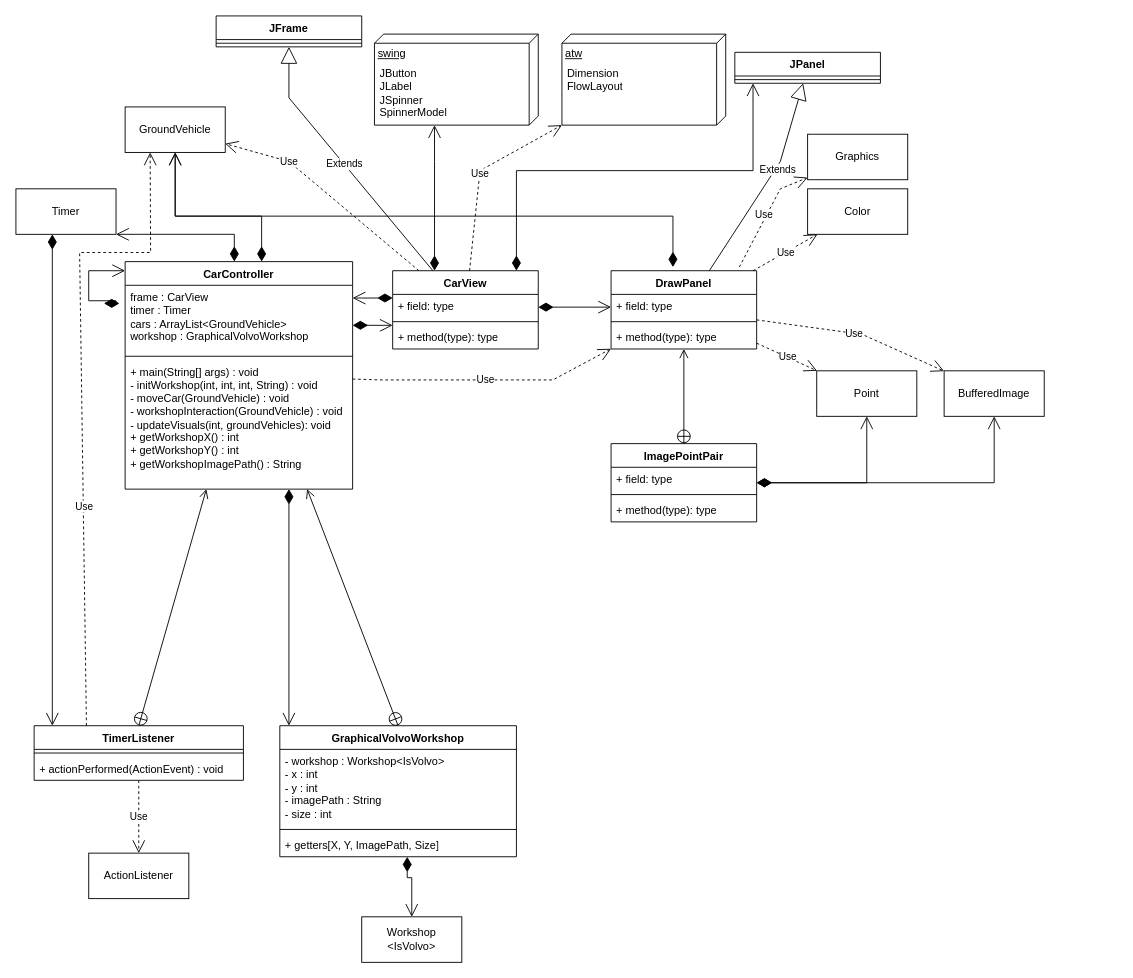
Before: Task2UML.drawio in sophucking/Grupp16Labb3, a draw.io diagram. Source tidied: cells renumbered, new cells numbered last; positions are measured from the earlier drawing's top-left corner, leaving out a move shared by most shapes. Both pictures are drawn from the tidied source at 91%, with x=0, y=0 at pixel (15, 15).
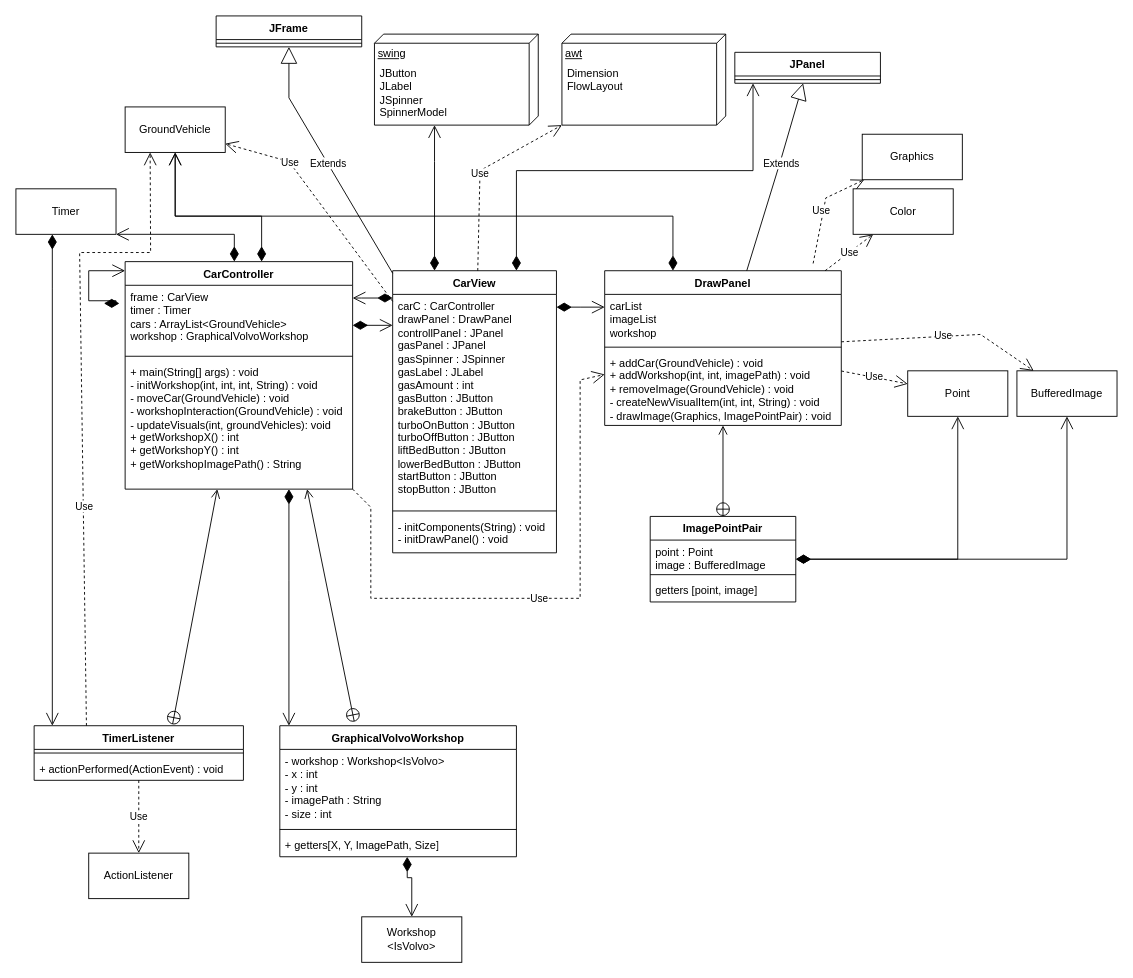
Above is the later version.

Commit message (it also covers changes not shown here):
uml finished?

Unchanged cells that the change refers to:
```xml
<mxCell id="2" value="&lt;div&gt;CarController&lt;/div&gt;" style="swimlane;fontStyle=1;align=center;verticalAlign=top;horizontal=1;startSize=26;whiteSpace=wrap;html=1;" parent="1" vertex="1">
  <mxGeometry x="120" y="270" width="250" height="250" as="geometry" />
</mxCell>
<mxCell id="5" value="&lt;div&gt;+ main(String[] args) : void&lt;/div&gt;&lt;div&gt;- initWorkshop(int, int, int, String) : void&lt;/div&gt;&lt;div&gt;- moveCar(GroundVehicle) : void&lt;br&gt;&lt;/div&gt;&lt;div&gt;- workshopInteraction(GroundVehicle) : void&lt;/div&gt;&lt;div&gt;- updateVisuals(int, groundVehicles): void&lt;/div&gt;&lt;div&gt;+ getWorkshopX() : int&lt;/div&gt;&lt;div&gt;+ getWorkshopY() : int&lt;/div&gt;&lt;div&gt;+ getWorkshopImagePath() : String&lt;br&gt;&lt;/div&gt;" style="text;strokeColor=none;fillColor=none;align=left;verticalAlign=top;spacingLeft=4;spacingRight=4;overflow=hidden;points=[[0,0.5],[1,0.5]];portConstraint=eastwest;whiteSpace=wrap;html=1;" parent="2" vertex="1">
  <mxGeometry y="108" width="250" height="142" as="geometry" />
</mxCell>
<mxCell id="15" value="&lt;div&gt;GraphicalVolvoWorkshop&lt;/div&gt;" style="swimlane;fontStyle=1;align=center;verticalAlign=top;horizontal=1;startSize=26;whiteSpace=wrap;html=1;" parent="1" vertex="1">
  <mxGeometry x="290" y="780" width="260" height="144" as="geometry" />
</mxCell>
<mxCell id="20" value="TimerListener" style="swimlane;fontStyle=1;align=center;verticalAlign=top;horizontal=1;startSize=26;whiteSpace=wrap;html=1;" parent="1" vertex="1">
  <mxGeometry x="20" y="780" width="230" height="60" as="geometry" />
</mxCell>
<mxCell id="37" value="&lt;div&gt;GroundVehicle&lt;/div&gt;" style="html=1;whiteSpace=wrap;" parent="1" vertex="1">
  <mxGeometry x="120" y="100" width="110" height="50" as="geometry" />
</mxCell>
```

Diff of the diagram source:
```diff
@@
     <mxCell id="7" value="CarView" style="swimlane;fontStyle=1;align=center;verticalAlign=top;horizontal=1;startSize=26;whiteSpace=wrap;html=1;" parent="1" vertex="1">
-      <mxGeometry x="414" y="280" width="160" height="86" as="geometry" />
+      <mxGeometry x="414" y="280" width="180" height="310" as="geometry" />
     </mxCell>
-    <mxCell id="8" value="+ field: type" style="text;strokeColor=none;fillColor=none;align=left;verticalAlign=top;spacingLeft=4;spacingRight=4;overflow=hidden;whiteSpace=wrap;html=1;" parent="7" vertex="1">
-      <mxGeometry y="26" width="160" height="26" as="geometry" />
+    <mxCell id="8" value="&lt;div&gt;carC : CarController&lt;/div&gt;&lt;div&gt;drawPanel : DrawPanel&lt;/div&gt;&lt;div&gt;controllPanel : JPanel&lt;/div&gt;&lt;div&gt;gasPanel : JPanel&lt;/div&gt;&lt;div&gt;gasSpinner : JSpinner&lt;/div&gt;&lt;div&gt;gasLabel : JLabel&lt;/div&gt;&lt;div&gt;gasAmount : int&lt;/div&gt;&lt;div&gt;gasButton : JButton&lt;/div&gt;&lt;div&gt;brakeButton : JButton&lt;/div&gt;&lt;div&gt;turboOnButton : JButton&lt;/div&gt;&lt;div&gt;turboOffButton : JButton&lt;/div&gt;&lt;div&gt;liftBedButton  : JButton&lt;/div&gt;&lt;div&gt;lowerBedButton : JButton&lt;/div&gt;&lt;div&gt;startButton : JButton&lt;/div&gt;&lt;div&gt;stopButton  : JButton&lt;/div&gt;" style="text;strokeColor=none;fillColor=none;align=left;verticalAlign=top;spacingLeft=4;spacingRight=4;overflow=hidden;whiteSpace=wrap;html=1;" parent="7" vertex="1">
+      <mxGeometry y="26" width="180" height="234" as="geometry" />
     </mxCell>
     <mxCell id="9" style="line;strokeWidth=1;fillColor=none;align=left;verticalAlign=middle;spacingTop=-1;spacingLeft=3;spacingRight=3;labelPosition=right;strokeColor=inherit;" parent="7" vertex="1">
-      <mxGeometry y="52" width="160" height="8" as="geometry" />
+      <mxGeometry y="260" width="180" height="8" as="geometry" />
     </mxCell>
-    <mxCell id="10" value="+ method(type): type" style="text;strokeColor=none;fillColor=none;align=left;verticalAlign=top;spacingLeft=4;spacingRight=4;overflow=hidden;whiteSpace=wrap;html=1;" parent="7" vertex="1">
-      <mxGeometry y="60" width="160" height="26" as="geometry" />
+    <mxCell id="10" value="&lt;div&gt;- initComponents(String) : void&lt;/div&gt;&lt;div&gt;- initDrawPanel() : void&lt;br&gt;&lt;/div&gt;" style="text;strokeColor=none;fillColor=none;align=left;verticalAlign=top;spacingLeft=4;spacingRight=4;overflow=hidden;whiteSpace=wrap;html=1;" parent="7" vertex="1">
+      <mxGeometry y="268" width="180" height="42" as="geometry" />
     </mxCell>
     <mxCell id="11" value="DrawPanel" style="swimlane;fontStyle=1;align=center;verticalAlign=top;horizontal=1;startSize=26;whiteSpace=wrap;html=1;" parent="1" vertex="1">
-      <mxGeometry x="654" y="280" width="160" height="86" as="geometry" />
+      <mxGeometry x="647" y="280" width="260" height="170" as="geometry" />
     </mxCell>
-    <mxCell id="12" value="+ field: type" style="text;strokeColor=none;fillColor=none;align=left;verticalAlign=top;spacingLeft=4;spacingRight=4;overflow=hidden;whiteSpace=wrap;html=1;" parent="11" vertex="1">
-      <mxGeometry y="26" width="160" height="26" as="geometry" />
+    <mxCell id="12" value="&lt;div&gt;carList&lt;/div&gt;&lt;div&gt;imageList&lt;/div&gt;&lt;div&gt;workshop&lt;br&gt;&lt;/div&gt;" style="text;strokeColor=none;fillColor=none;align=left;verticalAlign=top;spacingLeft=4;spacingRight=4;overflow=hidden;whiteSpace=wrap;html=1;" parent="11" vertex="1">
+      <mxGeometry y="26" width="260" height="54" as="geometry" />
     </mxCell>
     <mxCell id="13" style="line;strokeWidth=1;fillColor=none;align=left;verticalAlign=middle;spacingTop=-1;spacingLeft=3;spacingRight=3;labelPosition=right;strokeColor=inherit;" parent="11" vertex="1">
-      <mxGeometry y="52" width="160" height="8" as="geometry" />
+      <mxGeometry y="80" width="260" height="8" as="geometry" />
     </mxCell>
-    <mxCell id="14" value="+ method(type): type" style="text;strokeColor=none;fillColor=none;align=left;verticalAlign=top;spacingLeft=4;spacingRight=4;overflow=hidden;whiteSpace=wrap;html=1;" parent="11" vertex="1">
-      <mxGeometry y="60" width="160" height="26" as="geometry" />
+    <mxCell id="14" value="&lt;div&gt;+ addCar(GroundVehicle) : void&lt;br&gt;&lt;/div&gt;&lt;div&gt;+ addWorkshop(int, int, imagePath) : void&lt;br&gt;&lt;/div&gt;&lt;div&gt;+ removeImage(GroundVehicle) : void&lt;/div&gt;&lt;div&gt;- createNewVisualItem(int, int, String) : void&lt;br&gt;&lt;/div&gt;&lt;div&gt;- drawImage(Graphics, ImagePointPair) : void&lt;br&gt;&lt;/div&gt;" style="text;strokeColor=none;fillColor=none;align=left;verticalAlign=top;spacingLeft=4;spacingRight=4;overflow=hidden;whiteSpace=wrap;html=1;" parent="11" vertex="1">
+      <mxGeometry y="88" width="260" height="82" as="geometry" />
     </mxCell>
@@
-    <mxCell id="19" style="endArrow=open;startArrow=circlePlus;endFill=0;startFill=0;endSize=8;html=1;rounded=0;exitX=0.5;exitY=0;exitDx=0;exitDy=0;entryX=0.8;entryY=1;entryDx=0;entryDy=0;entryPerimeter=0;" parent="1" edge="1" source="15" target="5">
+    <mxCell id="19" style="endArrow=open;startArrow=circlePlus;endFill=0;startFill=0;endSize=8;html=1;rounded=0;exitX=0.315;exitY=-0.028;exitDx=0;exitDy=0;entryX=0.8;entryY=1;entryDx=0;entryDy=0;entryPerimeter=0;exitPerimeter=0;" parent="1" edge="1" source="15" target="5">
       <mxGeometry relative="1" as="geometry" />
     </mxCell>
@@
-    <mxCell id="23" style="endArrow=open;startArrow=circlePlus;endFill=0;startFill=0;endSize=8;html=1;rounded=0;exitX=0.5;exitY=0;exitDx=0;exitDy=0;" parent="1" edge="1" source="20" target="2">
+    <mxCell id="23" style="endArrow=open;startArrow=circlePlus;endFill=0;startFill=0;endSize=8;html=1;rounded=0;exitX=0.661;exitY=-0.017;exitDx=0;exitDy=0;exitPerimeter=0;" parent="1" edge="1" source="20" target="2">
       <mxGeometry relative="1" as="geometry" />
     </mxCell>
@@
     <mxCell id="32" value="Use" style="endArrow=open;endSize=12;dashed=1;html=1;rounded=0;" parent="1" edge="1" source="2" target="11">
       <mxGeometry relative="1" as="geometry">
         <Array as="points">
-          <mxPoint x="400" y="400" />
-          <mxPoint x="590" y="400" />
+          <mxPoint x="390" y="540" />
+          <mxPoint x="390" y="640" />
+          <mxPoint x="620" y="640" />
+          <mxPoint x="620" y="400" />
         </Array>
       </mxGeometry>
     </mxCell>
-    <mxCell id="33" value="atw" style="verticalAlign=top;align=left;spacingTop=8;spacingLeft=2;spacingRight=12;shape=cube;size=10;direction=south;fontStyle=4;html=1;whiteSpace=wrap;" parent="1" vertex="1">
+    <mxCell id="33" value="awt" style="verticalAlign=top;align=left;spacingTop=8;spacingLeft=2;spacingRight=12;shape=cube;size=10;direction=south;fontStyle=4;html=1;whiteSpace=wrap;" parent="1" vertex="1">
       <mxGeometry x="600" y="20" width="180" height="100" as="geometry" />
     </mxCell>
@@
-    <mxCell id="40" value="1" style="endArrow=open;html=1;endSize=12;startArrow=diamondThin;startSize=14;startFill=1;edgeStyle=orthogonalEdgeStyle;align=left;verticalAlign=bottom;rounded=0;exitX=0.425;exitY=-0.047;exitDx=0;exitDy=0;exitPerimeter=0;fontColor=none;noLabel=1;" parent="1" edge="1" source="11" target="37">
+    <mxCell id="40" value="1" style="endArrow=open;html=1;endSize=12;startArrow=diamondThin;startSize=14;startFill=1;edgeStyle=orthogonalEdgeStyle;align=left;verticalAlign=bottom;rounded=0;fontColor=none;noLabel=1;" parent="1" edge="1" source="11" target="37">
       <mxGeometry x="-1" y="3" relative="1" as="geometry">
         <Array as="points">
           <mxPoint x="722" y="220" />
           <mxPoint x="175" y="220" />
         </Array>
       </mxGeometry>
     </mxCell>
@@
     <mxCell id="43" value="&lt;div&gt;ImagePointPair&lt;/div&gt;" style="swimlane;fontStyle=1;align=center;verticalAlign=top;horizontal=1;startSize=26;whiteSpace=wrap;html=1;" parent="1" vertex="1">
-      <mxGeometry x="654" y="470" width="160" height="86" as="geometry" />
+      <mxGeometry x="697" y="550" width="160" height="94" as="geometry" />
     </mxCell>
-    <mxCell id="44" value="+ field: type" style="text;strokeColor=none;fillColor=none;align=left;verticalAlign=top;spacingLeft=4;spacingRight=4;overflow=hidden;whiteSpace=wrap;html=1;" parent="43" vertex="1">
-      <mxGeometry y="26" width="160" height="26" as="geometry" />
+    <mxCell id="44" value="&lt;div&gt;point : Point&lt;/div&gt;&lt;div&gt;image : BufferedImage&lt;br&gt;&lt;/div&gt;" style="text;strokeColor=none;fillColor=none;align=left;verticalAlign=top;spacingLeft=4;spacingRight=4;overflow=hidden;whiteSpace=wrap;html=1;" parent="43" vertex="1">
+      <mxGeometry y="26" width="160" height="34" as="geometry" />
     </mxCell>
     <mxCell id="45" style="line;strokeWidth=1;fillColor=none;align=left;verticalAlign=middle;spacingTop=-1;spacingLeft=3;spacingRight=3;labelPosition=right;strokeColor=inherit;" parent="43" vertex="1">
-      <mxGeometry y="52" width="160" height="8" as="geometry" />
+      <mxGeometry y="60" width="160" height="8" as="geometry" />
     </mxCell>
-    <mxCell id="46" value="+ method(type): type" style="text;strokeColor=none;fillColor=none;align=left;verticalAlign=top;spacingLeft=4;spacingRight=4;overflow=hidden;whiteSpace=wrap;html=1;" parent="43" vertex="1">
-      <mxGeometry y="60" width="160" height="26" as="geometry" />
+    <mxCell id="46" value="getters [point, image]" style="text;strokeColor=none;fillColor=none;align=left;verticalAlign=top;spacingLeft=4;spacingRight=4;overflow=hidden;whiteSpace=wrap;html=1;" parent="43" vertex="1">
+      <mxGeometry y="68" width="160" height="26" as="geometry" />
     </mxCell>
@@
     <mxCell id="48" value="Use" style="endArrow=open;endSize=12;dashed=1;html=1;rounded=0;exitX=0.881;exitY=-0.047;exitDx=0;exitDy=0;exitPerimeter=0;" parent="1" edge="1" source="11" target="49">
       <mxGeometry x="-0.02" y="2" relative="1" as="geometry">
         <Array as="points">
-          <mxPoint x="840" y="190" />
+          <mxPoint x="890" y="200" />
         </Array>
       </mxGeometry>
     </mxCell>
     <mxCell id="49" value="&lt;div&gt;Graphics&lt;/div&gt;" style="html=1;whiteSpace=wrap;" parent="1" vertex="1">
-      <mxGeometry x="870" y="130" width="110" height="50" as="geometry" />
+      <mxGeometry x="930" y="130" width="110" height="50" as="geometry" />
     </mxCell>
     <mxCell id="50" value="&lt;div&gt;Point&lt;/div&gt;" style="html=1;whiteSpace=wrap;" parent="1" vertex="1">
-      <mxGeometry x="880" y="390" width="110" height="50" as="geometry" />
+      <mxGeometry x="980" y="390" width="110" height="50" as="geometry" />
     </mxCell>
     <mxCell id="51" value="Color" style="html=1;whiteSpace=wrap;" parent="1" vertex="1">
-      <mxGeometry x="870" y="190" width="110" height="50" as="geometry" />
+      <mxGeometry x="920" y="190" width="110" height="50" as="geometry" />
     </mxCell>
     <mxCell id="52" value="BufferedImage" style="html=1;whiteSpace=wrap;" parent="1" vertex="1">
-      <mxGeometry x="1020" y="390" width="110" height="50" as="geometry" />
+      <mxGeometry x="1100" y="390" width="110" height="50" as="geometry" />
     </mxCell>
@@
     <mxCell id="55" value="Use" style="endArrow=open;endSize=12;dashed=1;html=1;rounded=0;" parent="1" edge="1" source="11" target="52">
       <mxGeometry relative="1" as="geometry">
         <Array as="points">
-          <mxPoint x="930" y="350" />
+          <mxPoint x="1060" y="350" />
         </Array>
       </mxGeometry>
     </mxCell>
```
